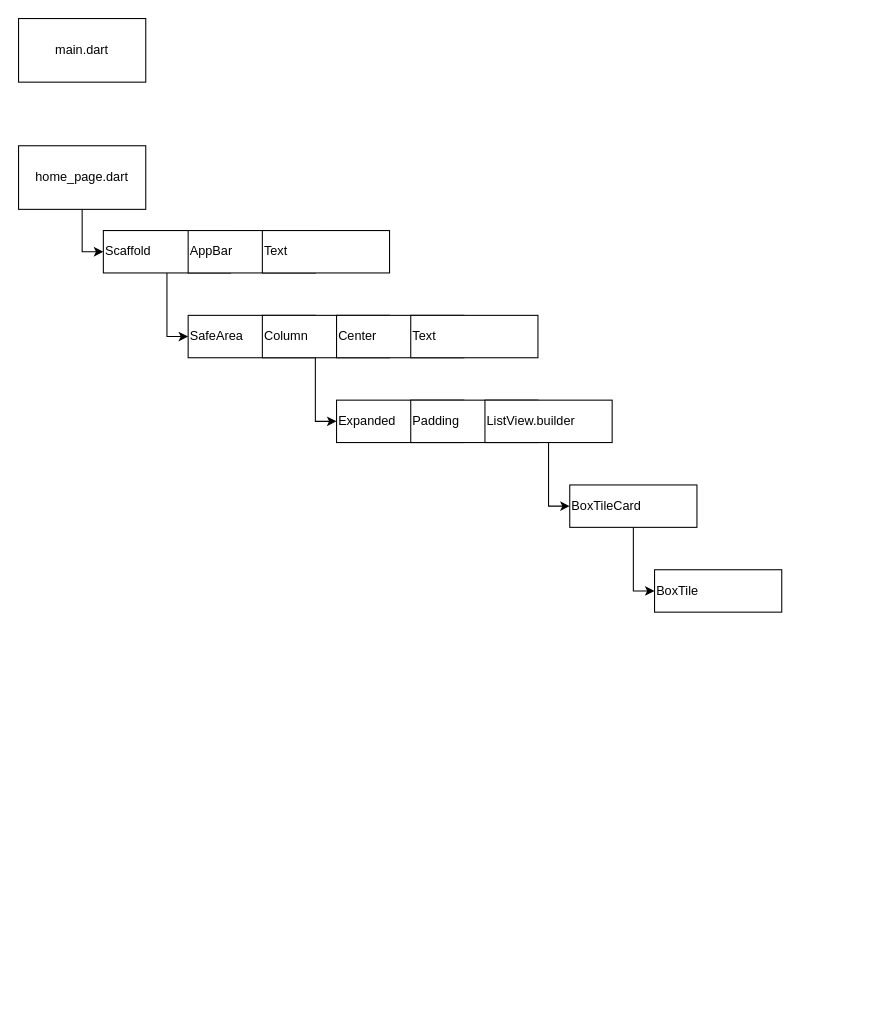
Before: Untitled Diagram.drawio in carlstep/box_color_list_2, a draw.io diagram. Source tidied: cells renumbered, new cells numbered last; positions are measured from the earlier drawing's top-left corner, leaving out a move shared by most shapes. Both pictures are drawn from the tidied source at 106%, with x=0, y=0 at pixel (18, 18).
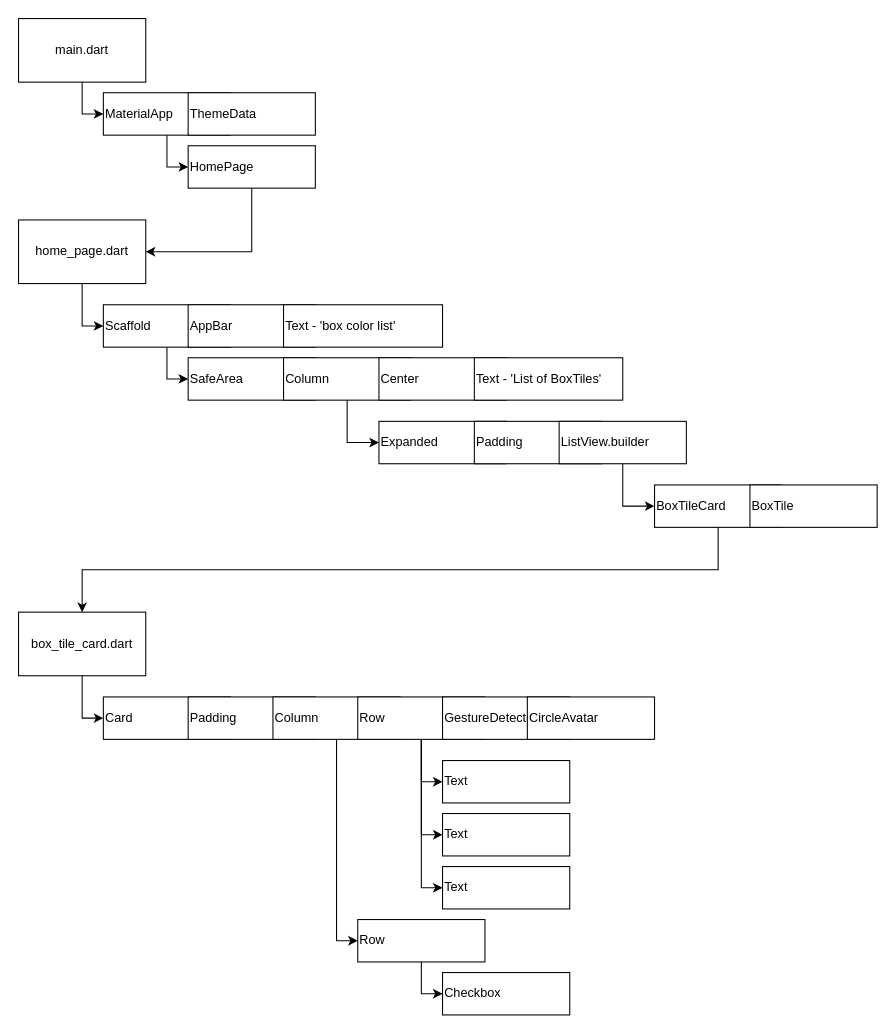
Above is the later version.

Unchanged cells that the change refers to:
```xml
<mxCell id="2" value="main.dart" style="rounded=0;whiteSpace=wrap;html=1;" parent="1" vertex="1">
  <mxGeometry width="120" height="60" as="geometry" />
</mxCell>
```

What changed in the source:
```diff
@@
+    <mxCell id="21" style="edgeStyle=orthogonalEdgeStyle;rounded=0;jettySize=auto;html=1;entryX=0;entryY=0.5;entryDx=0;entryDy=0;" parent="1" edge="1" source="2" target="24">
+      <mxGeometry relative="1" as="geometry" />
+    </mxCell>
@@
     <mxCell id="4" value="Scaffold" style="rounded=0;whiteSpace=wrap;html=1;align=left;" parent="1" vertex="1">
-      <mxGeometry x="80" y="200" width="120" height="40" as="geometry" />
+      <mxGeometry x="80" y="270" width="120" height="40" as="geometry" />
     </mxCell>
@@
     <mxCell id="6" value="home_page.dart" style="rounded=0;whiteSpace=wrap;html=1;" parent="1" vertex="1">
-      <mxGeometry y="120" width="120" height="60" as="geometry" />
+      <mxGeometry y="190" width="120" height="60" as="geometry" />
     </mxCell>
     <mxCell id="7" value="AppBar" style="rounded=0;whiteSpace=wrap;html=1;align=left;" parent="1" vertex="1">
-      <mxGeometry x="160" y="200" width="120" height="40" as="geometry" />
+      <mxGeometry x="160" y="270" width="120" height="40" as="geometry" />
     </mxCell>
-    <mxCell id="8" value="Text" style="rounded=0;whiteSpace=wrap;html=1;align=left;" parent="1" vertex="1">
-      <mxGeometry x="230" y="200" width="120" height="40" as="geometry" />
+    <mxCell id="8" value="Text - 'box color list'" style="rounded=0;whiteSpace=wrap;html=1;align=left;" parent="1" vertex="1">
+      <mxGeometry x="250" y="270" width="150" height="40" as="geometry" />
     </mxCell>
-    <mxCell id="9" style="edgeStyle=orthogonalEdgeStyle;rounded=0;jettySize=auto;html=1;entryX=0;entryY=0.5;entryDx=0;entryDy=0;exitX=1;exitY=1;exitDx=0;exitDy=0;" parent="1" edge="1" source="10" target="15">
-      <mxGeometry relative="1" as="geometry" />
+    <mxCell id="9" style="edgeStyle=orthogonalEdgeStyle;rounded=0;jettySize=auto;html=1;entryX=0;entryY=0.5;entryDx=0;entryDy=0;exitX=0.5;exitY=1;exitDx=0;exitDy=0;" parent="1" edge="1" source="11" target="15">
+      <mxGeometry relative="1" as="geometry">
+        <Array as="points">
+          <mxPoint x="310" y="400" />
+        </Array>
+      </mxGeometry>
     </mxCell>
     <mxCell id="10" value="SafeArea" style="rounded=0;whiteSpace=wrap;html=1;align=left;" parent="1" vertex="1">
-      <mxGeometry x="160" y="280" width="120" height="40" as="geometry" />
+      <mxGeometry x="160" y="320" width="120" height="40" as="geometry" />
     </mxCell>
     <mxCell id="11" value="Column" style="rounded=0;whiteSpace=wrap;html=1;align=left;" parent="1" vertex="1">
-      <mxGeometry x="230" y="280" width="120" height="40" as="geometry" />
+      <mxGeometry x="250" y="320" width="120" height="40" as="geometry" />
     </mxCell>
     <mxCell id="12" value="Center" style="rounded=0;whiteSpace=wrap;html=1;align=left;" parent="1" vertex="1">
-      <mxGeometry x="300" y="280" width="120" height="40" as="geometry" />
+      <mxGeometry x="340" y="320" width="120" height="40" as="geometry" />
     </mxCell>
-    <mxCell id="13" value="Text" style="rounded=0;whiteSpace=wrap;html=1;align=left;" parent="1" vertex="1">
-      <mxGeometry x="370" y="280" width="120" height="40" as="geometry" />
+    <mxCell id="13" value="Text - 'List of BoxTiles'" style="rounded=0;whiteSpace=wrap;html=1;align=left;" parent="1" vertex="1">
+      <mxGeometry x="430" y="320" width="140" height="40" as="geometry" />
     </mxCell>
@@
     <mxCell id="15" value="Expanded" style="rounded=0;whiteSpace=wrap;html=1;align=left;" parent="1" vertex="1">
-      <mxGeometry x="300" y="360" width="120" height="40" as="geometry" />
+      <mxGeometry x="340" y="380" width="120" height="40" as="geometry" />
     </mxCell>
     <mxCell id="16" value="Padding" style="rounded=0;whiteSpace=wrap;html=1;align=left;" parent="1" vertex="1">
-      <mxGeometry x="370" y="360" width="120" height="40" as="geometry" />
+      <mxGeometry x="430" y="380" width="120" height="40" as="geometry" />
     </mxCell>
     <mxCell id="17" value="ListView.builder" style="rounded=0;whiteSpace=wrap;html=1;align=left;" parent="1" vertex="1">
-      <mxGeometry x="440" y="360" width="120" height="40" as="geometry" />
+      <mxGeometry x="510" y="380" width="120" height="40" as="geometry" />
     </mxCell>
-    <mxCell id="18" style="edgeStyle=orthogonalEdgeStyle;rounded=0;jettySize=auto;html=1;entryX=0;entryY=0.5;entryDx=0;entryDy=0;" parent="1" edge="1" source="19" target="20">
-      <mxGeometry relative="1" as="geometry" />
-    </mxCell>
+    <mxCell id="22" style="edgeStyle=orthogonalEdgeStyle;rounded=0;jettySize=auto;html=1;exitX=0.5;exitY=1;exitDx=0;exitDy=0;" parent="1" edge="1" source="19" target="29">
+      <mxGeometry relative="1" as="geometry" />
+    </mxCell>
     <mxCell id="19" value="BoxTileCard" style="rounded=0;whiteSpace=wrap;html=1;align=left;" parent="1" vertex="1">
-      <mxGeometry x="520" y="440" width="120" height="40" as="geometry" />
+      <mxGeometry x="600" y="440" width="120" height="40" as="geometry" />
     </mxCell>
+    <mxCell id="23" style="edgeStyle=orthogonalEdgeStyle;rounded=0;jettySize=auto;html=1;entryX=0;entryY=0.5;entryDx=0;entryDy=0;" parent="1" edge="1" source="24" target="27">
+      <mxGeometry relative="1" as="geometry" />
+    </mxCell>
+    <mxCell id="24" value="MaterialApp" style="rounded=0;whiteSpace=wrap;html=1;align=left;" parent="1" vertex="1">
+      <mxGeometry x="80" y="70" width="120" height="40" as="geometry" />
+    </mxCell>
+    <mxCell id="25" value="ThemeData" style="rounded=0;whiteSpace=wrap;html=1;align=left;" parent="1" vertex="1">
+      <mxGeometry x="160" y="70" width="120" height="40" as="geometry" />
+    </mxCell>
+    <mxCell id="26" style="edgeStyle=orthogonalEdgeStyle;rounded=0;jettySize=auto;html=1;entryX=1;entryY=0.5;entryDx=0;entryDy=0;exitX=0.5;exitY=1;exitDx=0;exitDy=0;" parent="1" edge="1" source="27" target="6">
+      <mxGeometry relative="1" as="geometry" />
+    </mxCell>
+    <mxCell id="27" value="HomePage" style="rounded=0;whiteSpace=wrap;html=1;align=left;" parent="1" vertex="1">
+      <mxGeometry x="160" y="120" width="120" height="40" as="geometry" />
+    </mxCell>
+    <mxCell id="28" style="edgeStyle=orthogonalEdgeStyle;rounded=0;jettySize=auto;html=1;entryX=0;entryY=0.5;entryDx=0;entryDy=0;" parent="1" edge="1" source="29" target="30">
+      <mxGeometry relative="1" as="geometry" />
+    </mxCell>
+    <mxCell id="29" value="box_tile_card.dart" style="rounded=0;whiteSpace=wrap;html=1;" parent="1" vertex="1">
+      <mxGeometry y="560" width="120" height="60" as="geometry" />
+    </mxCell>
     <mxCell id="20" value="BoxTile" style="rounded=0;whiteSpace=wrap;html=1;align=left;" parent="1" vertex="1">
-      <mxGeometry x="600" y="520" width="120" height="40" as="geometry" />
+      <mxGeometry x="690" y="440" width="120" height="40" as="geometry" />
     </mxCell>
+    <mxCell id="30" value="Card" style="rounded=0;whiteSpace=wrap;html=1;align=left;" parent="1" vertex="1">
+      <mxGeometry x="80" y="640" width="120" height="40" as="geometry" />
+    </mxCell>
+    <mxCell id="31" value="Padding" style="rounded=0;whiteSpace=wrap;html=1;align=left;" parent="1" vertex="1">
+      <mxGeometry x="160" y="640" width="120" height="40" as="geometry" />
+    </mxCell>
+    <mxCell id="32" style="edgeStyle=orthogonalEdgeStyle;rounded=0;jettySize=auto;html=1;entryX=0;entryY=0.5;entryDx=0;entryDy=0;" parent="1" edge="1" source="33" target="44">
+      <mxGeometry relative="1" as="geometry" />
+    </mxCell>
+    <mxCell id="33" value="Column" style="rounded=0;whiteSpace=wrap;html=1;align=left;" parent="1" vertex="1">
+      <mxGeometry x="240" y="640" width="120" height="40" as="geometry" />
+    </mxCell>
+    <mxCell id="34" style="edgeStyle=orthogonalEdgeStyle;rounded=0;jettySize=auto;html=1;entryX=0;entryY=0.5;entryDx=0;entryDy=0;" parent="1" edge="1" source="37" target="40">
+      <mxGeometry relative="1" as="geometry" />
+    </mxCell>
+    <mxCell id="35" style="edgeStyle=orthogonalEdgeStyle;rounded=0;jettySize=auto;html=1;entryX=0;entryY=0.5;entryDx=0;entryDy=0;" parent="1" edge="1" source="37" target="41">
+      <mxGeometry relative="1" as="geometry" />
+    </mxCell>
+    <mxCell id="36" style="edgeStyle=orthogonalEdgeStyle;rounded=0;jettySize=auto;html=1;entryX=0;entryY=0.5;entryDx=0;entryDy=0;" parent="1" edge="1" source="37" target="42">
+      <mxGeometry relative="1" as="geometry" />
+    </mxCell>
+    <mxCell id="37" value="Row" style="rounded=0;whiteSpace=wrap;html=1;align=left;" parent="1" vertex="1">
+      <mxGeometry x="320" y="640" width="120" height="40" as="geometry" />
+    </mxCell>
+    <mxCell id="38" value="GestureDetector" style="rounded=0;whiteSpace=wrap;html=1;align=left;" parent="1" vertex="1">
+      <mxGeometry x="400" y="640" width="120" height="40" as="geometry" />
+    </mxCell>
+    <mxCell id="39" value="CircleAvatar" style="rounded=0;whiteSpace=wrap;html=1;align=left;" parent="1" vertex="1">
+      <mxGeometry x="480" y="640" width="120" height="40" as="geometry" />
+    </mxCell>
+    <mxCell id="40" value="Text" style="rounded=0;whiteSpace=wrap;html=1;align=left;" parent="1" vertex="1">
+      <mxGeometry x="400" y="700" width="120" height="40" as="geometry" />
+    </mxCell>
+    <mxCell id="41" value="Text" style="rounded=0;whiteSpace=wrap;html=1;align=left;" parent="1" vertex="1">
+      <mxGeometry x="400" y="750" width="120" height="40" as="geometry" />
+    </mxCell>
+    <mxCell id="42" value="Text" style="rounded=0;whiteSpace=wrap;html=1;align=left;" parent="1" vertex="1">
+      <mxGeometry x="400" y="800" width="120" height="40" as="geometry" />
+    </mxCell>
+    <mxCell id="43" style="edgeStyle=orthogonalEdgeStyle;rounded=0;jettySize=auto;html=1;entryX=0;entryY=0.5;entryDx=0;entryDy=0;" parent="1" edge="1" source="44" target="45">
+      <mxGeometry relative="1" as="geometry" />
+    </mxCell>
+    <mxCell id="44" value="Row" style="rounded=0;whiteSpace=wrap;html=1;align=left;" parent="1" vertex="1">
+      <mxGeometry x="320" y="850" width="120" height="40" as="geometry" />
+    </mxCell>
+    <mxCell id="45" value="Checkbox" style="rounded=0;whiteSpace=wrap;html=1;align=left;" parent="1" vertex="1">
+      <mxGeometry x="400" y="900" width="120" height="40" as="geometry" />
+    </mxCell>
```
